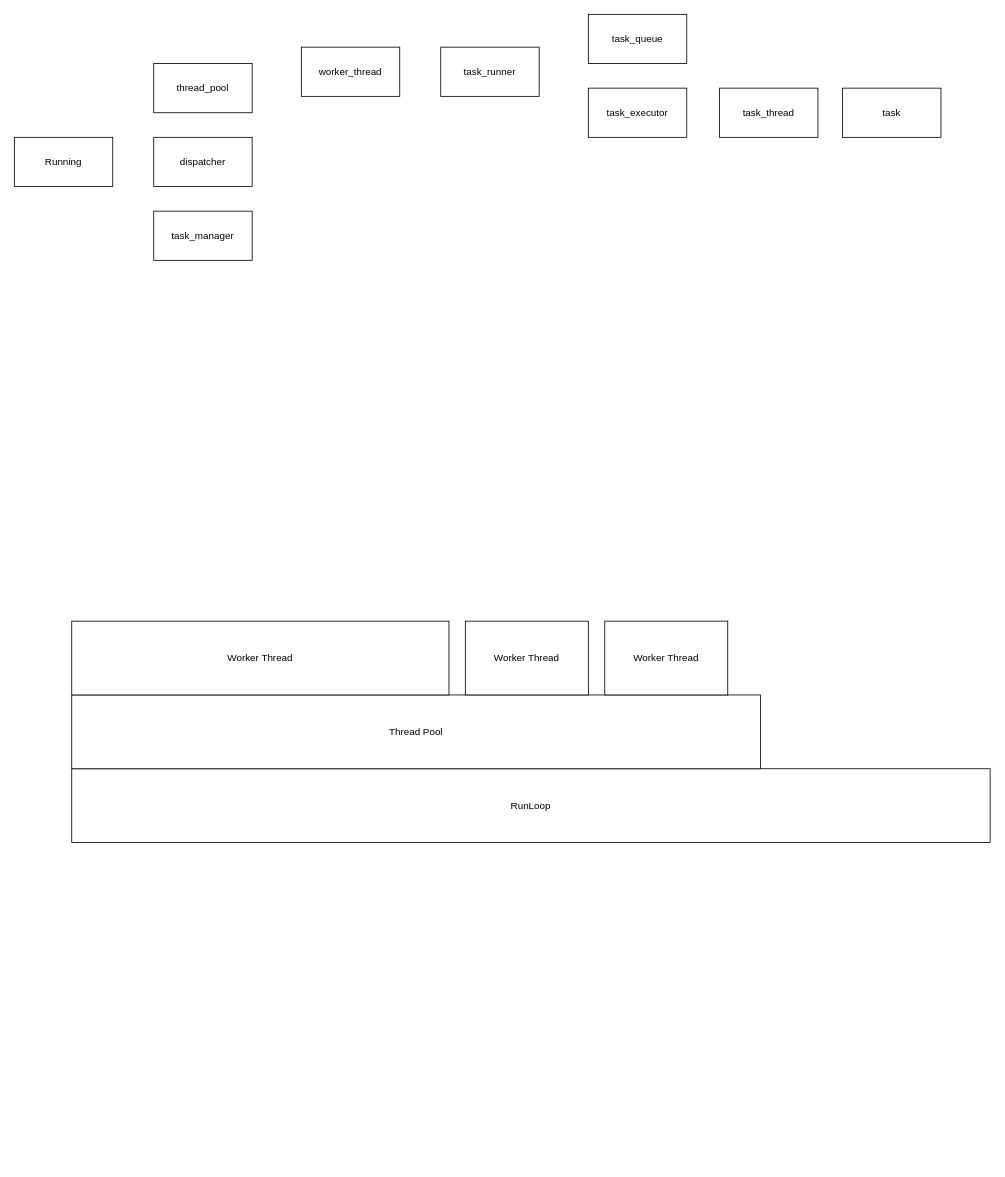
Earlier version of the draw.io diagram page "arch" (1 of 2) of doc/task_runner.drawio (ISSuh/task_runner). Source tidied: cells renumbered, new cells numbered last; positions are measured from the earlier drawing's top-left corner, leaving out a move shared by most shapes. Both pictures are drawn from the tidied source at 82%, with x=0, y=0 at pixel (14, 14).
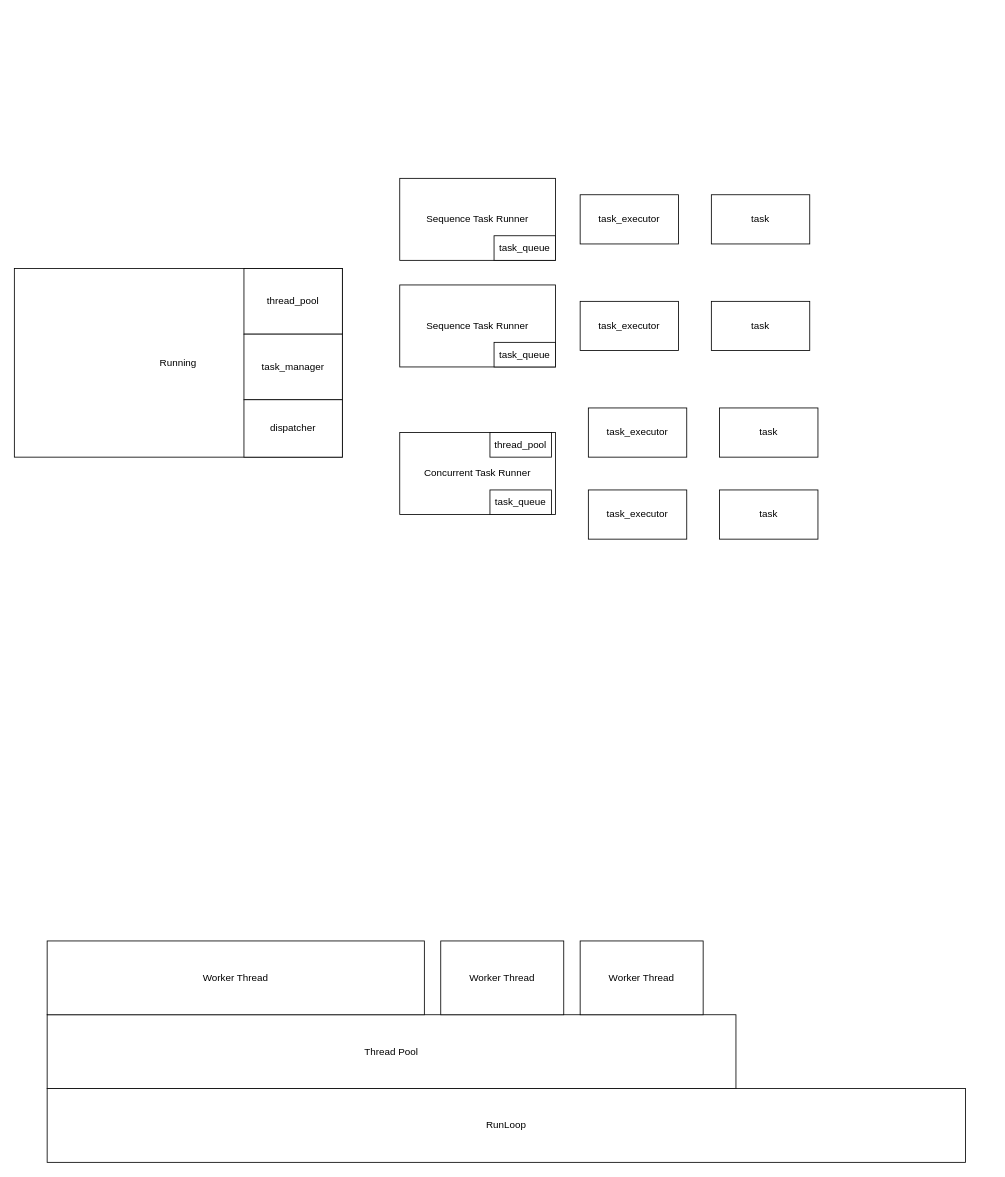
The same page after the edit.

Commit message (it also covers changes not shown here):
dev thread

What changed in the source:
```diff
@@
+    <mxCell id="17" value="Sequence Task Runner" style="rounded=0;whiteSpace=wrap;html=1;" parent="1" vertex="1">
+      <mxGeometry x="470" y="330" width="190" height="100" as="geometry" />
+    </mxCell>
     <mxCell id="2" value="Running" style="rounded=0;whiteSpace=wrap;html=1;" parent="1" vertex="1">
-      <mxGeometry y="150" width="120" height="60" as="geometry" />
+      <mxGeometry y="310" width="400" height="230" as="geometry" />
     </mxCell>
     <mxCell id="3" value="thread_pool" style="rounded=0;whiteSpace=wrap;html=1;" parent="1" vertex="1">
-      <mxGeometry x="170" y="60" width="120" height="60" as="geometry" />
+      <mxGeometry x="280" y="310" width="120" height="80" as="geometry" />
     </mxCell>
     <mxCell id="4" value="task_manager" style="rounded=0;whiteSpace=wrap;html=1;" parent="1" vertex="1">
-      <mxGeometry x="170" y="240" width="120" height="60" as="geometry" />
+      <mxGeometry x="280" y="390" width="120" height="80" as="geometry" />
     </mxCell>
-    <mxCell id="5" value="worker_thread" style="rounded=0;whiteSpace=wrap;html=1;" parent="1" vertex="1">
-      <mxGeometry x="350" y="40" width="120" height="60" as="geometry" />
-    </mxCell>
-    <mxCell id="6" value="task_runner" style="rounded=0;whiteSpace=wrap;html=1;" parent="1" vertex="1">
-      <mxGeometry x="520" y="40" width="120" height="60" as="geometry" />
-    </mxCell>
     <mxCell id="7" value="task" style="rounded=0;whiteSpace=wrap;html=1;" parent="1" vertex="1">
-      <mxGeometry x="1010" y="90" width="120" height="60" as="geometry" />
+      <mxGeometry x="850" y="350" width="120" height="60" as="geometry" />
     </mxCell>
     <mxCell id="8" value="task_executor" style="rounded=0;whiteSpace=wrap;html=1;" parent="1" vertex="1">
-      <mxGeometry x="700" y="90" width="120" height="60" as="geometry" />
+      <mxGeometry x="690" y="350" width="120" height="60" as="geometry" />
     </mxCell>
     <mxCell id="9" value="task_queue" style="rounded=0;whiteSpace=wrap;html=1;" parent="1" vertex="1">
-      <mxGeometry x="700" width="120" height="60" as="geometry" />
+      <mxGeometry x="585" y="400" width="75" height="30" as="geometry" />
     </mxCell>
     <mxCell id="10" value="RunLoop" style="rounded=0;whiteSpace=wrap;html=1;" parent="1" vertex="1">
-      <mxGeometry x="70" y="920" width="1120" height="90" as="geometry" />
+      <mxGeometry x="40" y="1310" width="1120" height="90" as="geometry" />
     </mxCell>
     <mxCell id="11" value="dispatcher" style="rounded=0;whiteSpace=wrap;html=1;" parent="1" vertex="1">
-      <mxGeometry x="170" y="150" width="120" height="60" as="geometry" />
+      <mxGeometry x="280" y="470" width="120" height="70" as="geometry" />
     </mxCell>
     <mxCell id="12" value="Thread Pool" style="rounded=0;whiteSpace=wrap;html=1;" parent="1" vertex="1">
-      <mxGeometry x="70" y="830" width="840" height="90" as="geometry" />
+      <mxGeometry x="40" y="1220" width="840" height="90" as="geometry" />
     </mxCell>
     <mxCell id="13" value="Worker Thread" style="rounded=0;whiteSpace=wrap;html=1;" parent="1" vertex="1">
-      <mxGeometry x="70" y="740" width="460" height="90" as="geometry" />
+      <mxGeometry x="40" y="1130" width="460" height="90" as="geometry" />
     </mxCell>
     <mxCell id="14" value="Worker Thread" style="rounded=0;whiteSpace=wrap;html=1;" parent="1" vertex="1">
-      <mxGeometry x="550" y="740" width="150" height="90" as="geometry" />
+      <mxGeometry x="520" y="1130" width="150" height="90" as="geometry" />
     </mxCell>
     <mxCell id="15" value="Worker Thread" style="rounded=0;whiteSpace=wrap;html=1;" parent="1" vertex="1">
-      <mxGeometry x="720" y="740" width="150" height="90" as="geometry" />
+      <mxGeometry x="690" y="1130" width="150" height="90" as="geometry" />
     </mxCell>
-    <mxCell id="16" value="task_thread" style="rounded=0;whiteSpace=wrap;html=1;" parent="1" vertex="1">
-      <mxGeometry x="860" y="90" width="120" height="60" as="geometry" />
-    </mxCell>
+    <mxCell id="18" value="Concurrent Task Runner" style="rounded=0;whiteSpace=wrap;html=1;" parent="1" vertex="1">
+      <mxGeometry x="470" y="510" width="190" height="100" as="geometry" />
+    </mxCell>
+    <mxCell id="19" value="task_queue" style="rounded=0;whiteSpace=wrap;html=1;" parent="1" vertex="1">
+      <mxGeometry x="580" y="580" width="75" height="30" as="geometry" />
+    </mxCell>
+    <mxCell id="20" value="thread_pool" style="rounded=0;whiteSpace=wrap;html=1;" parent="1" vertex="1">
+      <mxGeometry x="580" y="510" width="75" height="30" as="geometry" />
+    </mxCell>
+    <mxCell id="21" value="task" style="rounded=0;whiteSpace=wrap;html=1;" parent="1" vertex="1">
+      <mxGeometry x="860" y="480" width="120" height="60" as="geometry" />
+    </mxCell>
+    <mxCell id="22" value="task" style="rounded=0;whiteSpace=wrap;html=1;" parent="1" vertex="1">
+      <mxGeometry x="860" y="580" width="120" height="60" as="geometry" />
+    </mxCell>
+    <mxCell id="23" value="task_executor" style="rounded=0;whiteSpace=wrap;html=1;" parent="1" vertex="1">
+      <mxGeometry x="700" y="480" width="120" height="60" as="geometry" />
+    </mxCell>
+    <mxCell id="24" value="task_executor" style="rounded=0;whiteSpace=wrap;html=1;" parent="1" vertex="1">
+      <mxGeometry x="700" y="580" width="120" height="60" as="geometry" />
+    </mxCell>
+    <mxCell id="25" value="Sequence Task Runner" style="rounded=0;whiteSpace=wrap;html=1;" parent="1" vertex="1">
+      <mxGeometry x="470" y="200" width="190" height="100" as="geometry" />
+    </mxCell>
+    <mxCell id="26" value="task" style="rounded=0;whiteSpace=wrap;html=1;" parent="1" vertex="1">
+      <mxGeometry x="850" y="220" width="120" height="60" as="geometry" />
+    </mxCell>
+    <mxCell id="27" value="task_executor" style="rounded=0;whiteSpace=wrap;html=1;" parent="1" vertex="1">
+      <mxGeometry x="690" y="220" width="120" height="60" as="geometry" />
+    </mxCell>
+    <mxCell id="28" value="task_queue" style="rounded=0;whiteSpace=wrap;html=1;" parent="1" vertex="1">
+      <mxGeometry x="585" y="270" width="75" height="30" as="geometry" />
+    </mxCell>
```
